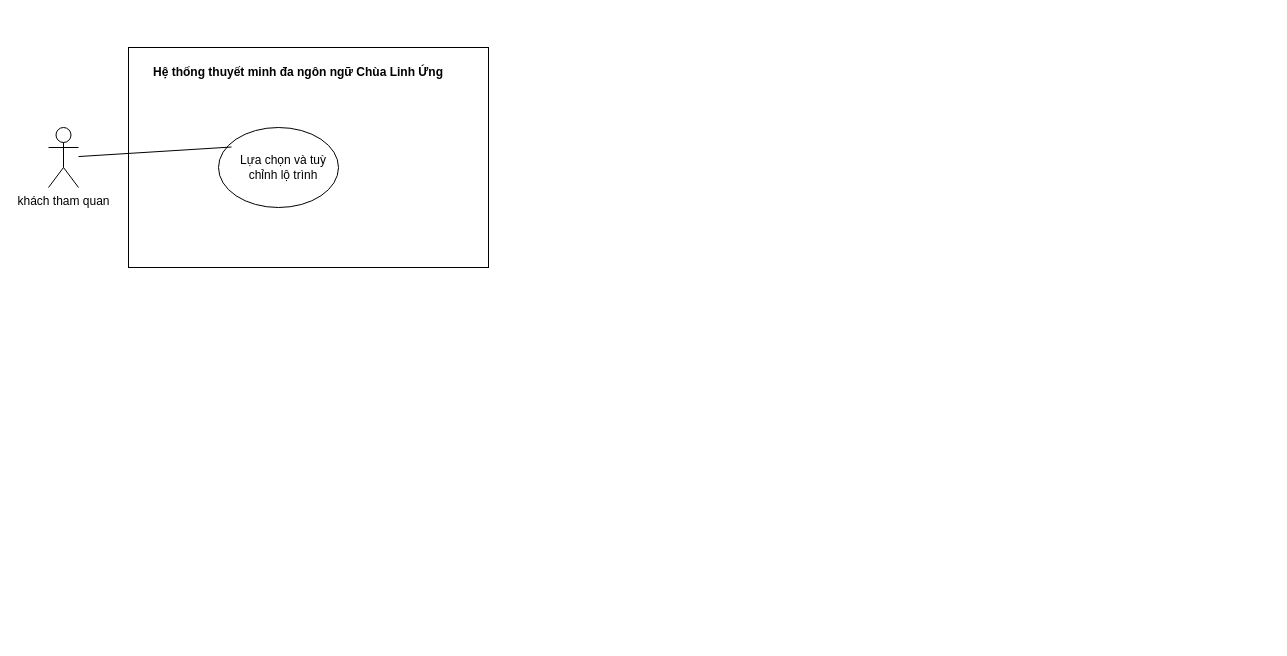
Above: docs/diagram/use case/UC-07_Use-Case.drawio in Kazuken123/prj_sgu26_cnpm (draw.io), before the change. Source tidied: cells renumbered, new cells numbered last; positions are measured from the earlier drawing's top-left corner, leaving out a move shared by most shapes. Both pictures are drawn from the tidied source at 100%, with x=0, y=0 at pixel (48, 47).
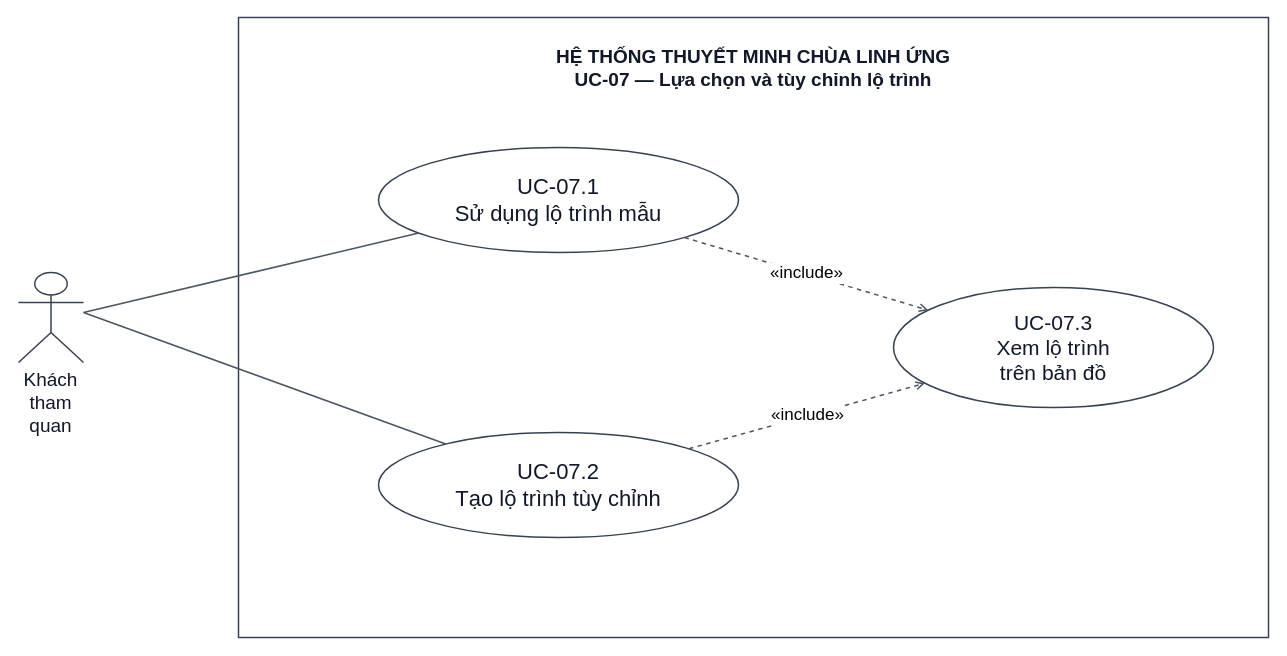
The same diagram, later.

The edit, as a diff of the source:
```diff
@@
 <mxGraphModel>
   <root>
     <mxCell id="0" />
     <mxCell id="1" parent="0" />
-    <mxCell id="2" value="khách tham quan&lt;div&gt;&lt;br&gt;&lt;/div&gt;" style="shape=umlActor;verticalLabelPosition=bottom;verticalAlign=top;html=1;outlineConnect=0;" parent="1" vertex="1">
-      <mxGeometry y="80" width="30" height="60" as="geometry" />
-    </mxCell>
-    <mxCell id="3" style="rounded=0;whiteSpace=wrap;html=1;" parent="1" vertex="1">
-      <mxGeometry x="80" width="360" height="220" as="geometry" />
-    </mxCell>
-    <mxCell id="4" style="ellipse;whiteSpace=wrap;html=1;shapeInside=1;" parent="1" vertex="1">
-      <mxGeometry x="170" y="80" width="120" height="80" as="geometry" />
-    </mxCell>
-    <mxCell id="5" value="Lựa chọn và tuỳ chỉnh lộ trình" style="text;html=1;whiteSpace=wrap;strokeColor=none;fillColor=none;align=center;verticalAlign=middle;rounded=0;" parent="1" vertex="1">
-      <mxGeometry x="180" y="105" width="110" height="30" as="geometry" />
-    </mxCell>
-    <mxCell id="6" value="&lt;b&gt;Hệ thống thuyết minh đa ngôn ngữ Chùa Linh Ứng&lt;/b&gt;" style="text;html=1;whiteSpace=wrap;strokeColor=none;fillColor=none;align=center;verticalAlign=middle;rounded=0;" parent="1" vertex="1">
-      <mxGeometry x="100" y="10" width="300" height="30" as="geometry" />
-    </mxCell>
-    <mxCell id="7" style="endArrow=none;html=1;rounded=0;exitX=0.108;exitY=0.244;exitDx=0;exitDy=0;exitPerimeter=0;" parent="1" edge="1" source="4" target="2">
-      <mxGeometry relative="1" as="geometry" />
-    </mxCell>
+    <mxCell id="8" value="HỆ THỐNG THUYẾT MINH CHÙA LINH ỨNG&lt;br&gt;UC-07 — Lựa chọn và tùy chỉnh lộ trình" style="html=1;whiteSpace=wrap;fontFamily=Arial;fontSize=19;fontColor=#111827;strokeColor=#374151;fillColor=#FFFFFF;strokeWidth=1.5;rounded=0;verticalAlign=top;spacingTop=22;fontStyle=1;fillColor=none;" parent="1" vertex="1">
+      <mxGeometry x="190" y="-30" width="1030" height="620" as="geometry" />
+    </mxCell>
+    <mxCell id="9" value="Khách tham quan" style="html=1;whiteSpace=wrap;fontFamily=Arial;fontSize=19;fontColor=#111827;strokeColor=#374151;fillColor=#FFFFFF;strokeWidth=1.5;shape=umlActor;verticalLabelPosition=bottom;verticalAlign=top;" parent="1" vertex="1">
+      <mxGeometry x="-30" y="225" width="65" height="90" as="geometry" />
+    </mxCell>
+    <mxCell id="10" value="UC-07.1&lt;br&gt;Sử dụng lộ trình mẫu" style="html=1;whiteSpace=wrap;fontFamily=Arial;fontSize=22;fontColor=#111827;strokeColor=#374151;fillColor=#FFFFFF;strokeWidth=1.5;ellipse;" parent="1" vertex="1">
+      <mxGeometry x="330" y="100" width="360" height="105" as="geometry" />
+    </mxCell>
+    <mxCell id="11" value="UC-07.2&lt;br&gt;Tạo lộ trình tùy chỉnh" style="html=1;whiteSpace=wrap;fontFamily=Arial;fontSize=22;fontColor=#111827;strokeColor=#374151;fillColor=#FFFFFF;strokeWidth=1.5;ellipse;" parent="1" vertex="1">
+      <mxGeometry x="330" y="385" width="360" height="105" as="geometry" />
+    </mxCell>
+    <mxCell id="12" value="UC-07.3&lt;br&gt;Xem lộ trình&lt;br&gt;trên bản đồ" style="html=1;whiteSpace=wrap;fontFamily=Arial;fontSize=21;fontColor=#111827;strokeColor=#374151;fillColor=#FFFFFF;strokeWidth=1.5;ellipse;" parent="1" vertex="1">
+      <mxGeometry x="845" y="240" width="320" height="120" as="geometry" />
+    </mxCell>
+    <mxCell id="13" style="html=1;rounded=0;endArrow=none;endFill=1;strokeColor=#4B5563;strokeWidth=1.5;fontFamily=Arial;fontSize=17;exitX=1.0;exitY=0.4444444444444444;exitPerimeter=0;entryX=0.1118537470071399;entryY=0.815186431001721;entryPerimeter=0;" parent="1" edge="1" source="9" target="10">
+      <mxGeometry relative="1" as="geometry" />
+    </mxCell>
+    <mxCell id="14" style="html=1;rounded=0;endArrow=none;endFill=1;strokeColor=#4B5563;strokeWidth=1.5;fontFamily=Arial;fontSize=17;exitX=1.0;exitY=0.4444444444444444;exitPerimeter=0;entryX=0.18690662966111485;entryY=0.11016344264571888;entryPerimeter=0;" parent="1" edge="1" source="9" target="11">
+      <mxGeometry relative="1" as="geometry" />
+    </mxCell>
+    <mxCell id="15" value="«include»" style="html=1;rounded=0;endArrow=open;endFill=0;strokeColor=#4B5563;strokeWidth=1.5;fontFamily=Arial;fontSize=17;exitX=0.8497479767876086;exitY=0.8573182793154788;exitPerimeter=0;entryX=0.1085389904864666;entryY=0.18894007324850529;entryPerimeter=0;dashed=1;" parent="1" edge="1" source="10" target="12">
+      <mxGeometry relative="1" as="geometry" />
+    </mxCell>
+    <mxCell id="16" value="«include»" style="html=1;rounded=0;endArrow=open;endFill=0;strokeColor=#4B5563;strokeWidth=1.5;fontFamily=Arial;fontSize=17;exitX=0.8620689655172413;exitY=0.15517241379310354;exitPerimeter=0;entryX=0.09822140332762715;entryY=0.7976137753128687;entryPerimeter=0;dashed=1;" parent="1" edge="1" source="11" target="12">
+      <mxGeometry relative="1" as="geometry" />
+    </mxCell>
   </root>
 </mxGraphModel>
```
